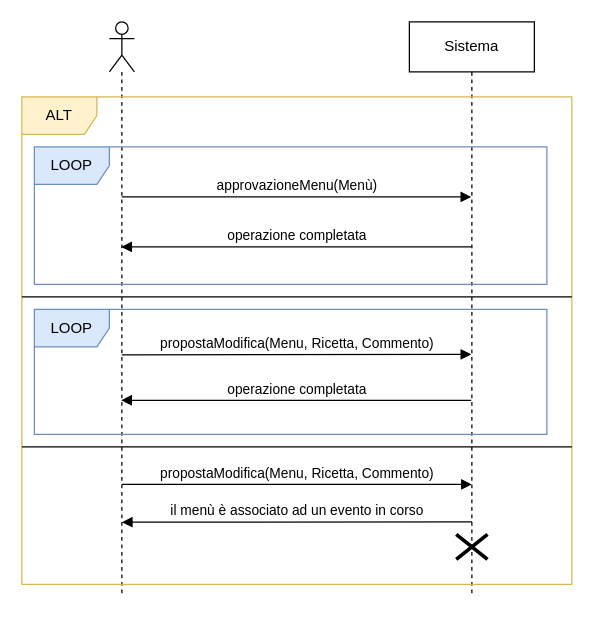
Before: Progettazione/SSD/SSD_Estensione_5.drawio in Giacca01/CateRingProject, a draw.io diagram. Source tidied: cells renumbered, new cells numbered last; positions are measured from the earlier drawing's top-left corner, leaving out a move shared by most shapes. Both pictures are drawn from the tidied source at 125%, with x=0, y=0 at pixel (21, 21).
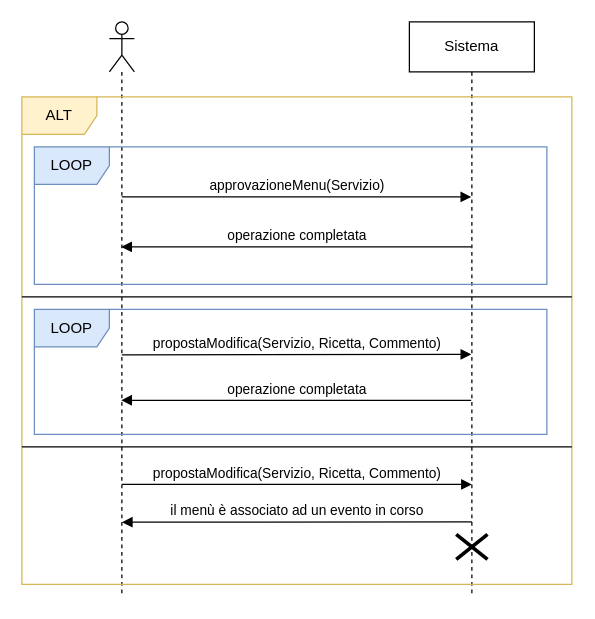
After the change.

The change refers to these unchanged cells:
```xml
<mxCell id="3" value="Sistema" style="shape=umlLifeline;perimeter=lifelinePerimeter;whiteSpace=wrap;html=1;outlineConnect=0;portConstraint=eastwest;newEdgeStyle={&quot;edgeStyle&quot;:&quot;elbowEdgeStyle&quot;,&quot;elbow&quot;:&quot;vertical&quot;,&quot;curved&quot;:0,&quot;rounded&quot;:0};" parent="1" vertex="1">
  <mxGeometry x="310" width="100" height="460" as="geometry" />
</mxCell>
<mxCell id="7" style="group;" parent="1" vertex="1">
  <mxGeometry x="10" y="100" width="410" height="110" as="geometry" />
</mxCell>
<mxCell id="11" style="group;" parent="1" vertex="1">
  <mxGeometry x="10" y="230" width="410" height="100" as="geometry" />
</mxCell>
```

What changed in the source:
```diff
@@
-    <mxCell id="9" value="approvazioneMenu(Menù)" style="html=1;verticalAlign=bottom;endArrow=block;edgeStyle=elbowEdgeStyle;elbow=vertical;curved=0;rounded=0;" parent="7" edge="1" target="3">
+    <mxCell id="9" value="approvazioneMenu(Servizio)" style="html=1;verticalAlign=bottom;endArrow=block;edgeStyle=elbowEdgeStyle;elbow=vertical;curved=0;rounded=0;" parent="7" edge="1" target="3">
       <mxGeometry relative="1" as="geometry">
         <mxPoint x="70" y="40" as="sourcePoint" />
       </mxGeometry>
     </mxCell>
@@
-    <mxCell id="13" value="propostaModifica(Menu, Ricetta, Commento)" style="html=1;verticalAlign=bottom;endArrow=block;edgeStyle=elbowEdgeStyle;elbow=vertical;curved=0;rounded=0;" parent="11" edge="1" target="3">
+    <mxCell id="13" value="propostaModifica(Servizio, Ricetta, Commento)" style="html=1;verticalAlign=bottom;endArrow=block;edgeStyle=elbowEdgeStyle;elbow=vertical;curved=0;rounded=0;" parent="11" edge="1" target="3">
       <mxGeometry relative="1" as="geometry">
         <mxPoint x="70" y="36.4" as="sourcePoint" />
       </mxGeometry>
     </mxCell>
@@
-    <mxCell id="15" value="propostaModifica(Menu, Ricetta, Commento)" style="html=1;verticalAlign=bottom;endArrow=block;edgeStyle=elbowEdgeStyle;elbow=vertical;curved=0;rounded=0;" parent="1" edge="1">
+    <mxCell id="15" value="propostaModifica(Servizio, Ricetta, Commento)" style="html=1;verticalAlign=bottom;endArrow=block;edgeStyle=elbowEdgeStyle;elbow=vertical;curved=0;rounded=0;" parent="1" edge="1">
       <mxGeometry relative="1" as="geometry">
         <mxPoint x="80" y="370" as="sourcePoint" />
         <mxPoint x="360" y="369.6" as="targetPoint" />
       </mxGeometry>
     </mxCell>
```
